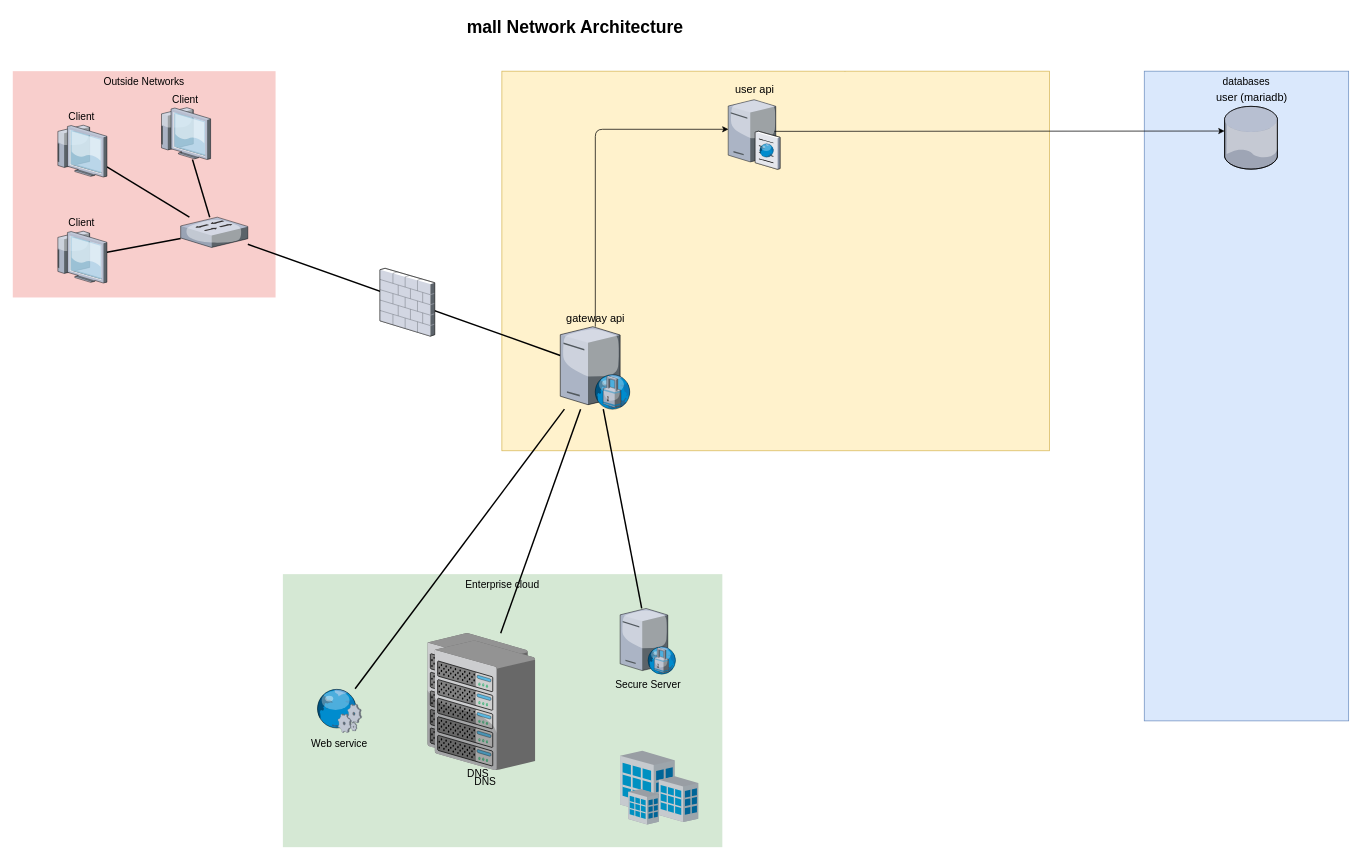
Before: architecture/mall-architecture.drawio in kyoDaddy/spring-cloud-multi-module, a draw.io diagram. Source tidied: cells renumbered, new cells numbered last; positions are measured from the earlier drawing's top-left corner, leaving out a move shared by most shapes. Both pictures are drawn from the tidied source at 73%, with x=0, y=0 at pixel (12, 12).
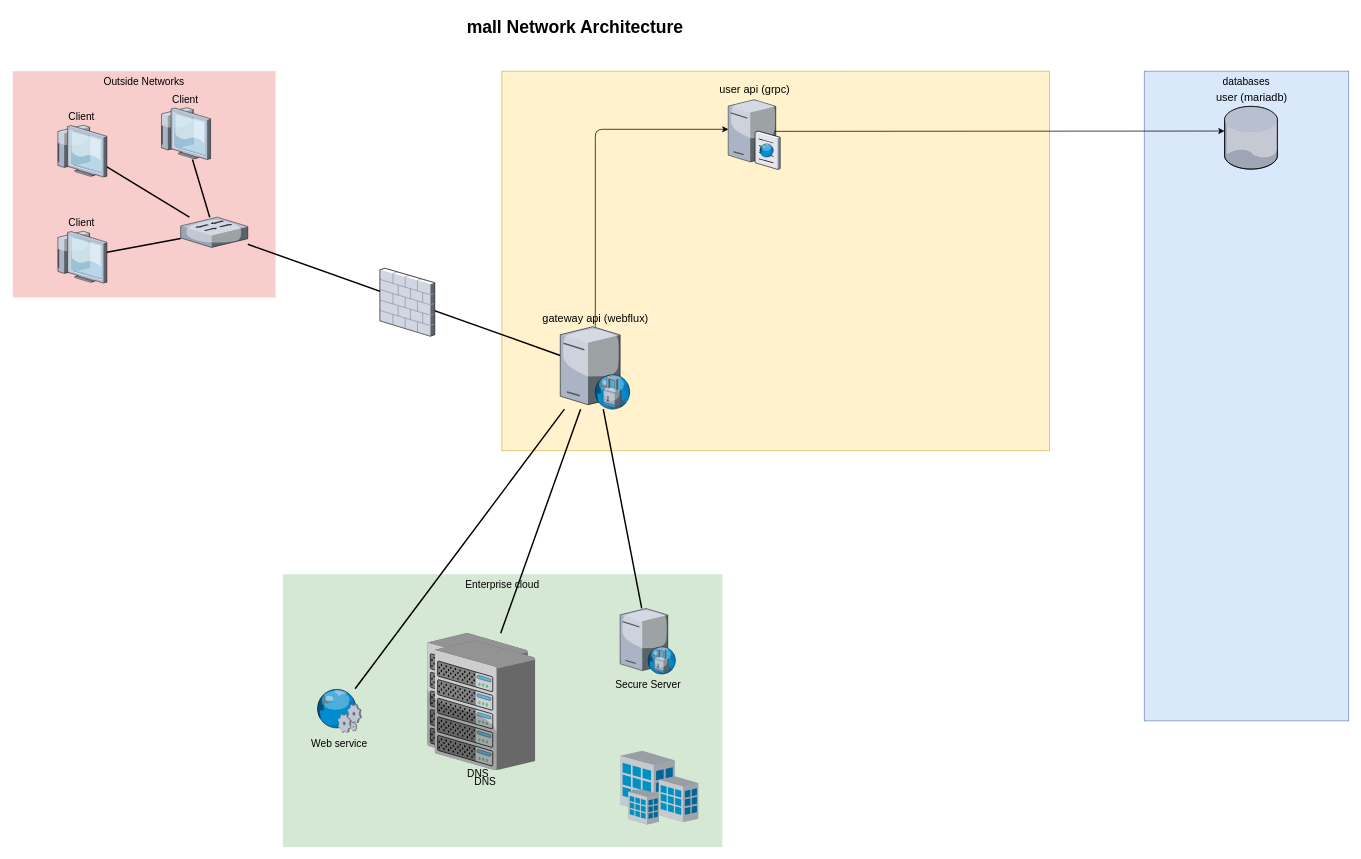
Above is the later version.

The edit, as a diff of the source:
```diff
@@
-    <mxCell id="23" value="user api" style="verticalLabelPosition=top;html=1;verticalAlign=bottom;strokeColor=none;shape=mxgraph.citrix.cache_server;fillColor=#66B2FF;gradientColor=#0066CC;fontSize=15;labelPosition=center;align=center;" parent="1" vertex="1">
+    <mxCell id="23" value="user api (grpc)" style="verticalLabelPosition=top;html=1;verticalAlign=bottom;strokeColor=none;shape=mxgraph.citrix.cache_server;fillColor=#66B2FF;gradientColor=#0066CC;fontSize=15;labelPosition=center;align=center;" parent="1" vertex="1">
       <mxGeometry x="980" y="116.8" width="71" height="97.5" as="geometry" />
     </mxCell>
@@
-    <mxCell id="27" value="gateway api&lt;br style=&quot;font-size: 15px;&quot;&gt;" style="verticalLabelPosition=top;html=1;verticalAlign=bottom;strokeColor=none;align=center;outlineConnect=0;shape=mxgraph.citrix.proxy_server;flipH=0;flipV=0;direction=east;horizontal=1;labelPosition=center;fontSize=15;" parent="1" vertex="1">
+    <mxCell id="27" value="gateway api (webflux)" style="verticalLabelPosition=top;html=1;verticalAlign=bottom;strokeColor=none;align=center;outlineConnect=0;shape=mxgraph.citrix.proxy_server;flipH=0;flipV=0;direction=east;horizontal=1;labelPosition=center;fontSize=15;" parent="1" vertex="1">
       <mxGeometry x="750" y="430" width="96" height="113" as="geometry" />
     </mxCell>
```
